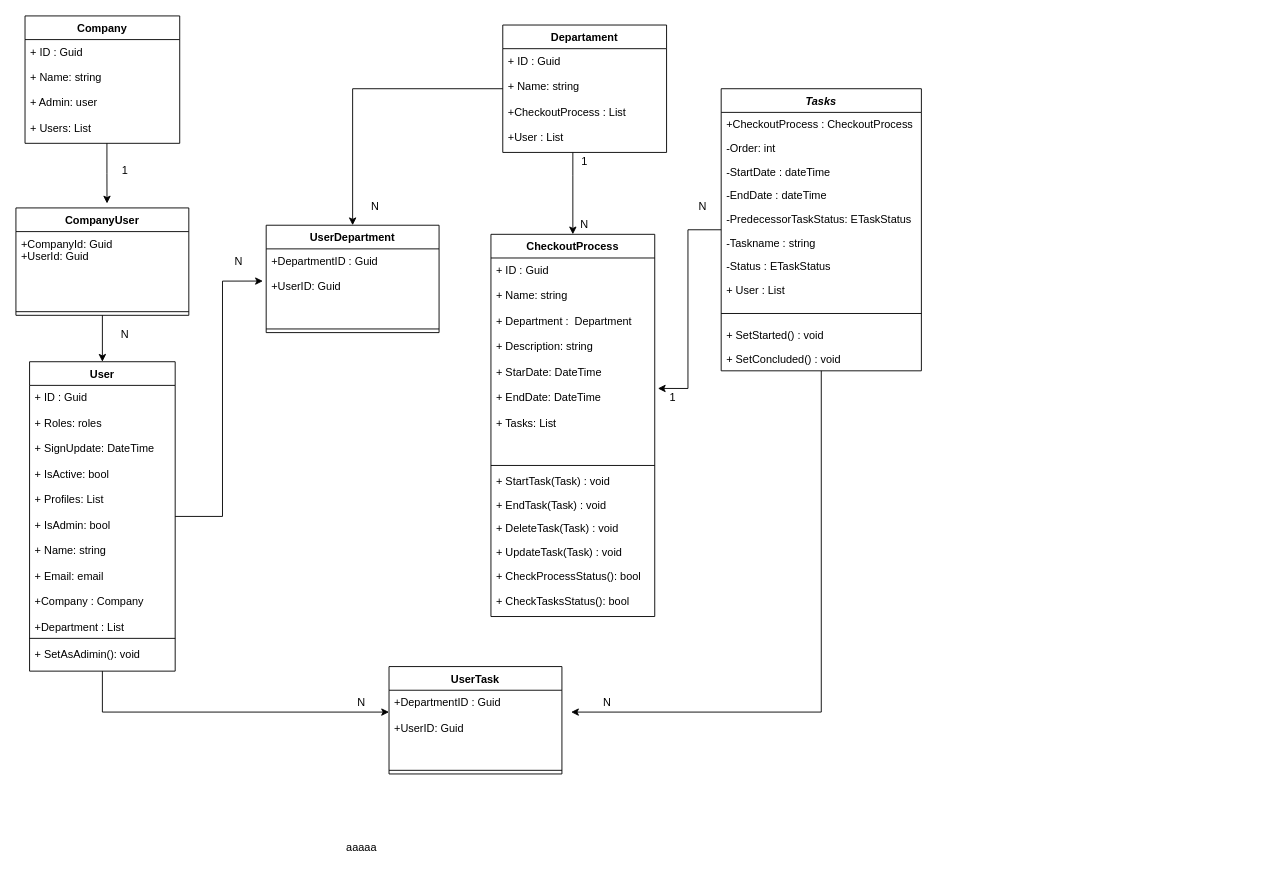
Before: TaskManager.drawio in DevelopmentModalGR/TaskManager, a draw.io diagram. Source tidied: cells renumbered, new cells numbered last; positions are measured from the earlier drawing's top-left corner, leaving out a move shared by most shapes. Both pictures are drawn from the tidied source at 91%, with x=0, y=0 at pixel (15, 15).
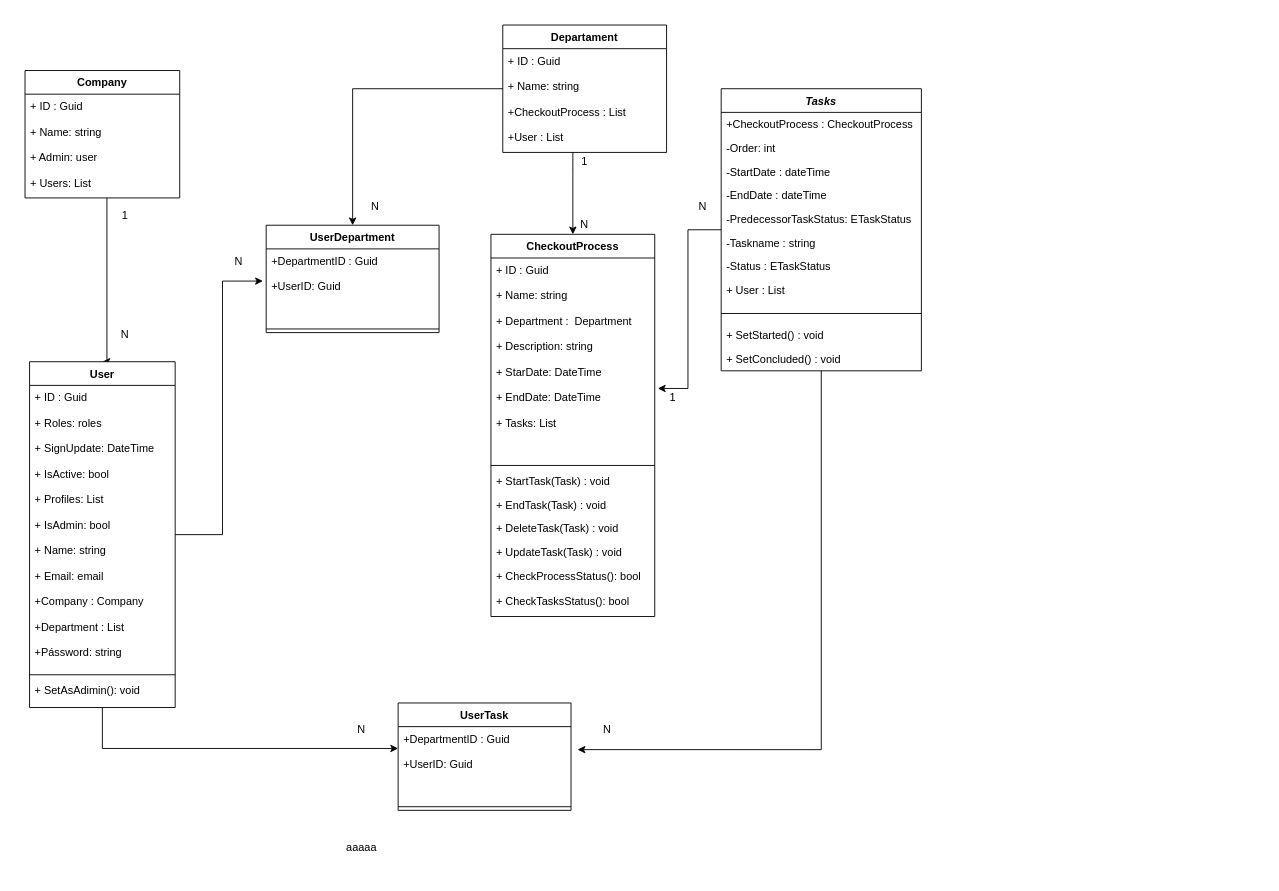
The same diagram, later.

The change refers to these unchanged cells:
```xml
<mxCell id="4" value="Tasks" style="swimlane;fontStyle=3;align=center;verticalAlign=top;horizontal=1;startSize=26;rounded=0;shadow=0;strokeWidth=1;" parent="1" vertex="1">
  <mxGeometry x="775" y="80" width="220" height="310" as="geometry" />
</mxCell>
<mxCell id="56" value="+DepartmentID : Guid&#10;&#10;+UserID: Guid&#10;&#10;&#10;" style="text;strokeColor=none;fillColor=none;align=left;verticalAlign=top;spacingLeft=4;spacingRight=4;overflow=hidden;points=[[0,0.5],[1,0.5]];portConstraint=eastwest;" parent="55" vertex="1">
  <mxGeometry y="26" width="190" height="84" as="geometry" />
</mxCell>
```

Diff of the diagram source:
```diff
@@
-    <mxCell id="3" style="edgeStyle=orthogonalEdgeStyle;rounded=0;jettySize=auto;html=1;entryX=1.053;entryY=0.286;entryDx=0;entryDy=0;entryPerimeter=0;" parent="1" edge="1" source="4" target="56">
-      <mxGeometry relative="1" as="geometry">
-        <Array as="points">
-          <mxPoint x="885" y="765" />
-        </Array>
-      </mxGeometry>
+    <mxCell id="3" style="edgeStyle=orthogonalEdgeStyle;rounded=0;jettySize=auto;html=1;entryX=1.038;entryY=0.301;entryDx=0;entryDy=0;entryPerimeter=0;" parent="1" edge="1" source="4" target="56">
+      <mxGeometry relative="1" as="geometry" />
     </mxCell>
@@
-    <mxCell id="32" style="rounded=0;jettySize=auto;html=1;entryX=0.556;entryY=-0.014;entryDx=0;entryDy=0;entryPerimeter=0;edgeStyle=orthogonalEdgeStyle;startArrow=none;startFill=0;endArrow=classic;endFill=1;" parent="1" edge="1" source="33">
+    <mxCell id="32" style="rounded=0;jettySize=auto;html=1;edgeStyle=orthogonalEdgeStyle;startArrow=none;startFill=0;endArrow=classic;endFill=1;entryX=0.5;entryY=0;entryDx=0;entryDy=0;" parent="1" edge="1" source="33" target="46">
       <mxGeometry relative="1" as="geometry">
-        <mxPoint x="100.1" y="206.1" as="targetPoint" />
         <Array as="points">
-          <mxPoint x="100" y="173" />
-          <mxPoint x="100" y="173" />
+          <mxPoint x="100" y="380" />
         </Array>
       </mxGeometry>
     </mxCell>
     <mxCell id="33" value="Company" style="swimlane;fontStyle=1;align=center;verticalAlign=top;horizontal=1;startSize=26;" parent="1" vertex="1">
-      <mxGeometry x="10" width="170" height="140" as="geometry" />
+      <mxGeometry x="10" y="60" width="170" height="140" as="geometry" />
     </mxCell>
@@
     <mxCell id="36" value="1" style="text;html=1;strokeColor=none;fillColor=none;align=center;verticalAlign=middle;whiteSpace=wrap;rounded=0;" parent="1" vertex="1">
-      <mxGeometry x="100" y="160" width="40" height="20" as="geometry" />
+      <mxGeometry x="100" y="210" width="40" height="20" as="geometry" />
     </mxCell>
@@
     <mxCell id="45" style="edgeStyle=orthogonalEdgeStyle;rounded=0;jettySize=auto;html=1;entryX=0;entryY=0.286;entryDx=0;entryDy=0;entryPerimeter=0;" parent="1" edge="1" source="46" target="56">
-      <mxGeometry relative="1" as="geometry" />
+      <mxGeometry relative="1" as="geometry">
+        <Array as="points">
+          <mxPoint x="95" y="805" />
+          <mxPoint x="410" y="805" />
+        </Array>
+      </mxGeometry>
     </mxCell>
     <mxCell id="46" value="User" style="swimlane;fontStyle=1;align=center;verticalAlign=top;horizontal=1;startSize=26;" parent="1" vertex="1">
-      <mxGeometry x="15" y="380" width="160" height="340" as="geometry" />
+      <mxGeometry x="15" y="380" width="160" height="380" as="geometry" />
     </mxCell>
-    <mxCell id="47" value="+ ID : Guid&#10;&#10;+ Roles: roles&#10;&#10;+ SignUpdate: DateTime&#10;&#10;+ IsActive: bool&#10;&#10;+ Profiles: List&#10;&#10;+ IsAdmin: bool&#10;&#10;+ Name: string&#10;&#10;+ Email: email&#10;&#10;+Company : Company&#10;&#10;+Department : List&#10;" style="text;strokeColor=none;fillColor=none;align=left;verticalAlign=top;spacingLeft=4;spacingRight=4;overflow=hidden;" parent="46" vertex="1">
-      <mxGeometry y="26" width="160" height="274" as="geometry" />
+    <mxCell id="47" value="+ ID : Guid&#10;&#10;+ Roles: roles&#10;&#10;+ SignUpdate: DateTime&#10;&#10;+ IsActive: bool&#10;&#10;+ Profiles: List&#10;&#10;+ IsAdmin: bool&#10;&#10;+ Name: string&#10;&#10;+ Email: email&#10;&#10;+Company : Company&#10;&#10;+Department : List&#10;&#10;+Pássword: string" style="text;strokeColor=none;fillColor=none;align=left;verticalAlign=top;spacingLeft=4;spacingRight=4;overflow=hidden;" parent="46" vertex="1">
+      <mxGeometry y="26" width="160" height="314" as="geometry" />
     </mxCell>
     <mxCell id="48" style="line;strokeWidth=1;fillColor=none;align=left;verticalAlign=middle;spacingTop=-1;spacingLeft=3;spacingRight=3;labelPosition=right;" parent="46" vertex="1">
-      <mxGeometry y="300" width="160" height="8" as="geometry" />
+      <mxGeometry y="340" width="160" height="8" as="geometry" />
     </mxCell>
     <mxCell id="49" value="+ SetAsAdimin(): void" style="text;strokeColor=none;fillColor=none;align=left;verticalAlign=top;spacingLeft=4;spacingRight=4;overflow=hidden;" parent="46" vertex="1">
-      <mxGeometry y="308" width="160" height="32" as="geometry" />
+      <mxGeometry y="348" width="160" height="32" as="geometry" />
     </mxCell>
@@
-    <mxCell id="51" style="edgeStyle=orthogonalEdgeStyle;rounded=0;jettySize=auto;html=1;entryX=0.5;entryY=0;entryDx=0;entryDy=0;" parent="1" edge="1" source="52" target="46">
-      <mxGeometry relative="1" as="geometry" />
-    </mxCell>
-    <mxCell id="52" value="CompanyUser" style="swimlane;fontStyle=1;align=center;verticalAlign=top;horizontal=1;startSize=26;" parent="1" vertex="1">
-      <mxGeometry y="211" width="190" height="118" as="geometry" />
-    </mxCell>
-    <mxCell id="53" value="+CompanyId: Guid&#10;+UserId: Guid" style="text;strokeColor=none;fillColor=none;align=left;verticalAlign=top;spacingLeft=4;spacingRight=4;overflow=hidden;" parent="52" vertex="1">
-      <mxGeometry y="26" width="190" height="84" as="geometry" />
-    </mxCell>
-    <mxCell id="54" style="line;strokeWidth=1;fillColor=none;align=left;verticalAlign=middle;spacingTop=-1;spacingLeft=3;spacingRight=3;labelPosition=right;" parent="52" vertex="1">
-      <mxGeometry y="110" width="190" height="8" as="geometry" />
-    </mxCell>
     <mxCell id="55" value="UserTask" style="swimlane;fontStyle=1;align=center;verticalAlign=top;horizontal=1;startSize=26;" parent="1" vertex="1">
-      <mxGeometry x="410" y="715" width="190" height="118" as="geometry" />
+      <mxGeometry x="420" y="755" width="190" height="118" as="geometry" />
     </mxCell>
@@
     <mxCell id="58" value="N" style="text;html=1;strokeColor=none;fillColor=none;align=center;verticalAlign=middle;whiteSpace=wrap;rounded=0;" parent="1" vertex="1">
-      <mxGeometry x="630" y="745" width="40" height="20" as="geometry" />
+      <mxGeometry x="630" y="775" width="40" height="20" as="geometry" />
     </mxCell>
     <mxCell id="59" value="N" style="text;html=1;strokeColor=none;fillColor=none;align=center;verticalAlign=middle;whiteSpace=wrap;rounded=0;" parent="1" vertex="1">
-      <mxGeometry x="360" y="745" width="40" height="20" as="geometry" />
+      <mxGeometry x="360" y="775" width="40" height="20" as="geometry" />
     </mxCell>
```
